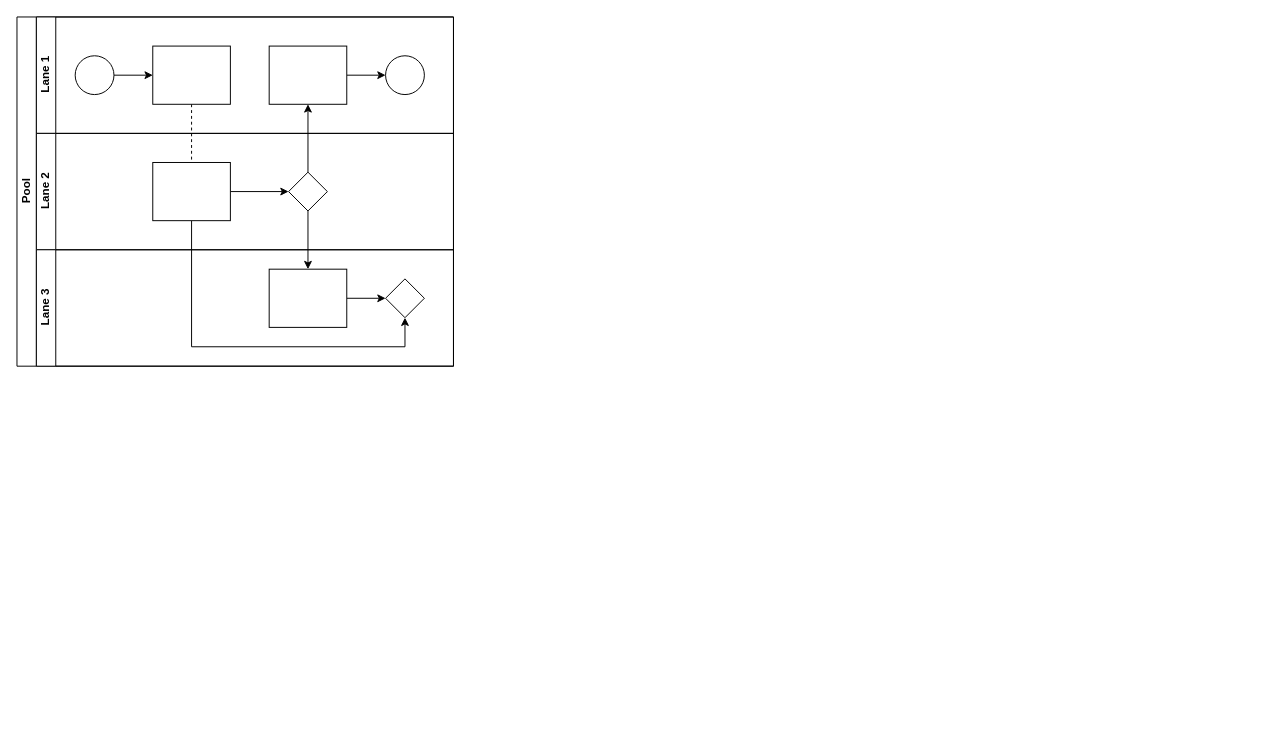
The draw.io diagram worker/事件告警.drawio in TNT-Likely/diagrams, before the edit. Source tidied: cells renumbered, new cells numbered last; positions are measured from the earlier drawing's top-left corner, leaving out a move shared by most shapes. Both pictures are drawn from the tidied source at 97%, with x=0, y=0 at pixel (16, 16).
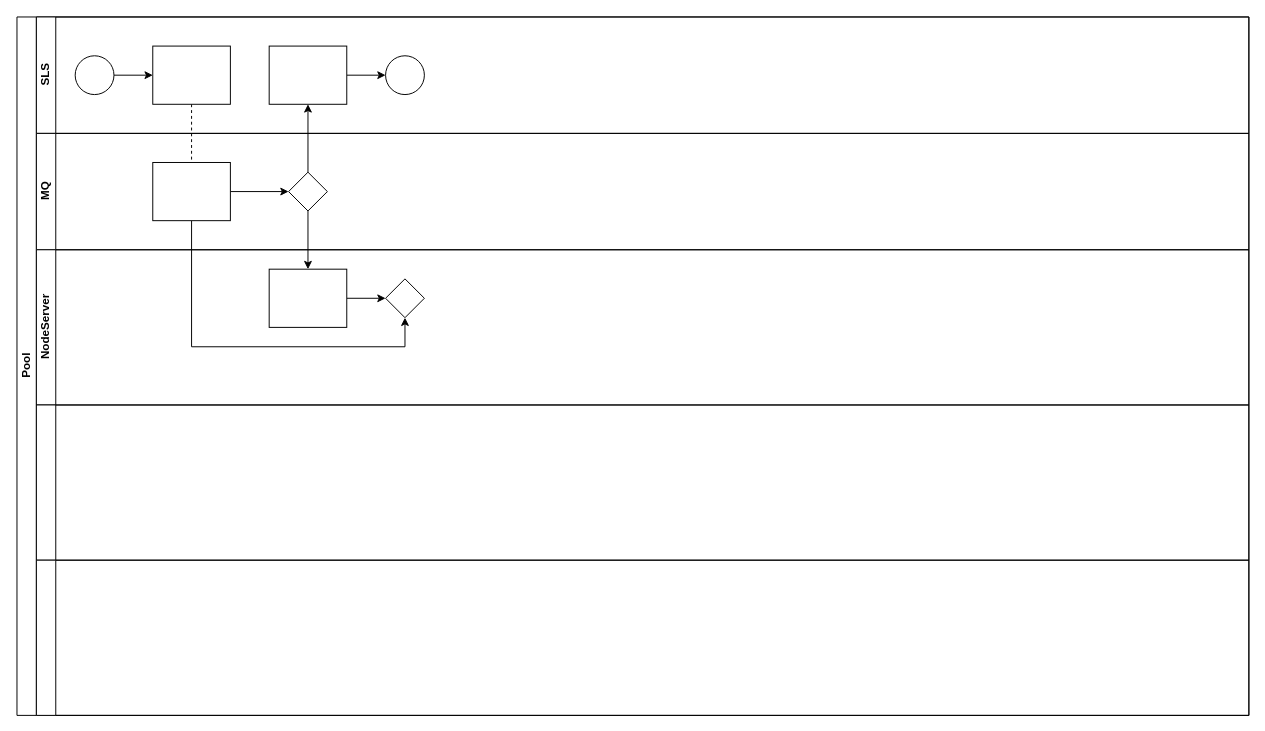
The same page after the edit.

Commit message (it also covers changes not shown here):
更新事件告警.drawio

The edit, as a diff of the source:
```diff
@@
     <mxCell id="2" value="Pool" style="swimlane;html=1;horizontal=0;startSize=20;" parent="1" vertex="1">
-      <mxGeometry width="450" height="360" as="geometry" />
+      <mxGeometry width="1270" height="720" as="geometry" />
     </mxCell>
@@
-    <mxCell id="7" value="Lane 1" style="swimlane;html=1;startSize=20;horizontal=0;" parent="2" vertex="1">
-      <mxGeometry x="20" width="430" height="120" as="geometry" />
+    <mxCell id="7" value="SLS" style="swimlane;html=1;startSize=20;horizontal=0;" parent="2" vertex="1">
+      <mxGeometry x="20" width="1250" height="120" as="geometry" />
     </mxCell>
@@
-    <mxCell id="14" value="Lane 2" style="swimlane;html=1;startSize=20;horizontal=0;" parent="2" vertex="1">
-      <mxGeometry x="20" y="120" width="430" height="120" as="geometry" />
+    <mxCell id="14" value="MQ" style="swimlane;html=1;startSize=20;horizontal=0;" parent="2" vertex="1">
+      <mxGeometry x="20" y="120" width="1250" height="120" as="geometry" />
     </mxCell>
@@
-    <mxCell id="18" value="Lane 3" style="swimlane;html=1;startSize=20;horizontal=0;" parent="2" vertex="1">
-      <mxGeometry x="20" y="240" width="430" height="120" as="geometry" />
+    <mxCell id="18" value="NodeServer" style="swimlane;html=1;startSize=20;horizontal=0;" parent="2" vertex="1">
+      <mxGeometry x="20" y="240" width="1250" height="160" as="geometry" />
     </mxCell>
@@
+    <mxCell id="22" style="swimlane;html=1;startSize=20;horizontal=0;" parent="2" vertex="1">
+      <mxGeometry x="20" y="400" width="1250" height="160" as="geometry" />
+    </mxCell>
+    <mxCell id="23" style="swimlane;html=1;startSize=20;horizontal=0;" parent="2" vertex="1">
+      <mxGeometry x="20" y="560" width="1250" height="160" as="geometry" />
+    </mxCell>
```
